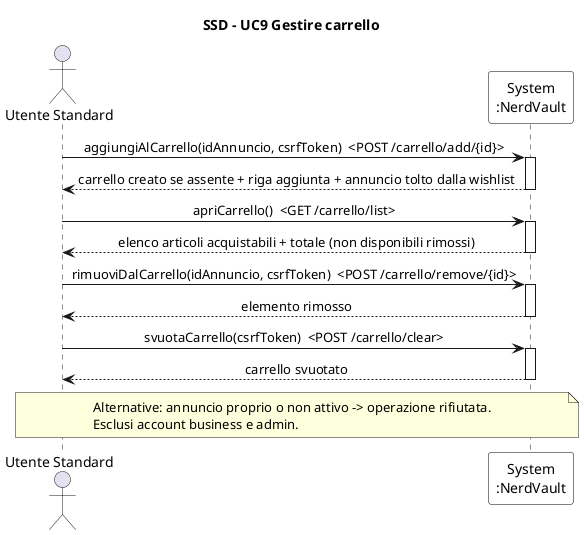
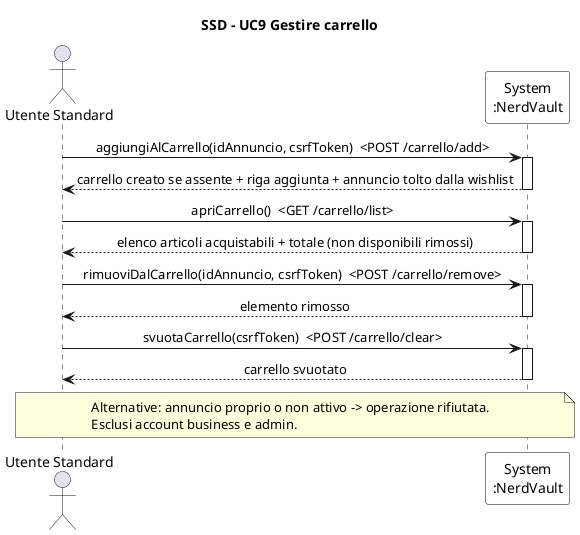
@startuml SSD_UC9_Carrello
' System Sequence Diagram - UC9 Gestire carrello
title SSD - UC9 Gestire carrello

skinparam sequenceMessageAlign center
skinparam participant {
  BorderColor black
  BackgroundColor white
}

actor "Utente Standard" as U
participant "System\n:NerdVault" as S

- U -> S : aggiungiAlCarrello(idAnnuncio, csrfToken)  <POST /carrello/add/{id}>
+ U -> S : aggiungiAlCarrello(idAnnuncio, csrfToken)  <POST /carrello/add>
activate S
S --> U : carrello creato se assente + riga aggiunta + annuncio tolto dalla wishlist
deactivate S

U -> S : apriCarrello()  <GET /carrello/list>
activate S
S --> U : elenco articoli acquistabili + totale (non disponibili rimossi)
deactivate S

- U -> S : rimuoviDalCarrello(idAnnuncio, csrfToken)  <POST /carrello/remove/{id}>
+ U -> S : rimuoviDalCarrello(idAnnuncio, csrfToken)  <POST /carrello/remove>
activate S
S --> U : elemento rimosso
deactivate S

U -> S : svuotaCarrello(csrfToken)  <POST /carrello/clear>
activate S
S --> U : carrello svuotato
deactivate S

note over U, S
  Alternative: annuncio proprio o non attivo -> operazione rifiutata.
  Esclusi account business e admin.
end note
@enduml
